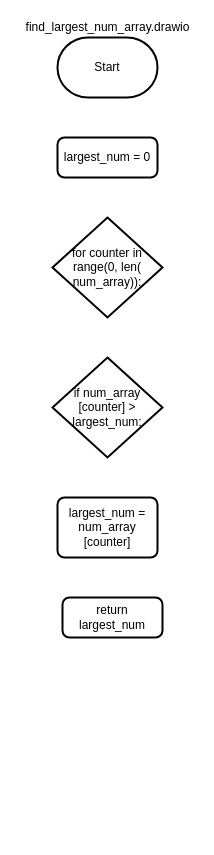
KaitlynIp64/ICS3UR-Unit-6-02-Python keeps this draw.io diagram as designs/flowchart.drawio. Above is the earlier version. Source tidied: cells renumbered, new cells numbered last; positions are measured from the earlier drawing's top-left corner, leaving out a move shared by most shapes. Both pictures are drawn from the tidied source at 100%, with x=0, y=0 at pixel (17, 17).
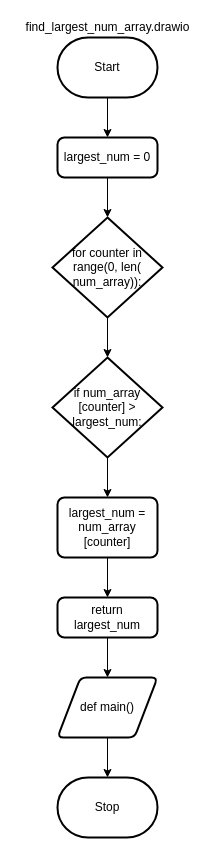
After the change.

The edit, as a diff of the source:
```diff
@@
 <mxGraphModel>
   <root>
     <mxCell id="0" />
     <mxCell id="1" parent="0" />
+    <mxCell id="9" style="edgeStyle=none;html=1;exitX=0.5;exitY=1;exitDx=0;exitDy=0;exitPerimeter=0;entryX=0.5;entryY=0;entryDx=0;entryDy=0;" parent="1" edge="1" source="2" target="4">
+      <mxGeometry relative="1" as="geometry" />
+    </mxCell>
     <mxCell id="2" value="Start" style="strokeWidth=2;html=1;shape=mxgraph.flowchart.terminator;whiteSpace=wrap;" parent="1" vertex="1">
       <mxGeometry x="40" y="20" width="100" height="60" as="geometry" />
     </mxCell>
     <mxCell id="3" value="find_largest_num_array.drawio" style="text;html=1;align=center;verticalAlign=middle;strokeColor=none;fillColor=none;" parent="1" vertex="1">
       <mxGeometry width="180" height="20" as="geometry" />
     </mxCell>
+    <mxCell id="10" style="edgeStyle=none;html=1;exitX=0.5;exitY=1;exitDx=0;exitDy=0;entryX=0.5;entryY=0;entryDx=0;entryDy=0;entryPerimeter=0;" parent="1" edge="1" source="4" target="5">
+      <mxGeometry relative="1" as="geometry" />
+    </mxCell>
     <mxCell id="4" value="largest_num = 0" style="rounded=1;whiteSpace=wrap;html=1;absoluteArcSize=1;arcSize=14;strokeWidth=2;" parent="1" vertex="1">
       <mxGeometry x="40" y="120" width="100" height="40" as="geometry" />
     </mxCell>
+    <mxCell id="11" style="edgeStyle=none;html=1;exitX=0.5;exitY=1;exitDx=0;exitDy=0;exitPerimeter=0;entryX=0.5;entryY=0;entryDx=0;entryDy=0;entryPerimeter=0;" parent="1" edge="1" source="5" target="6">
+      <mxGeometry relative="1" as="geometry" />
+    </mxCell>
     <mxCell id="5" value="for counter in range(0, len(&lt;br&gt;num_array)):" style="strokeWidth=2;html=1;shape=mxgraph.flowchart.decision;whiteSpace=wrap;" parent="1" vertex="1">
       <mxGeometry x="35" y="200" width="110" height="100" as="geometry" />
     </mxCell>
+    <mxCell id="12" style="edgeStyle=none;html=1;exitX=0.5;exitY=1;exitDx=0;exitDy=0;exitPerimeter=0;entryX=0.5;entryY=0;entryDx=0;entryDy=0;" parent="1" edge="1" source="6" target="7">
+      <mxGeometry relative="1" as="geometry" />
+    </mxCell>
     <mxCell id="6" value="if num_array&lt;br&gt;[counter] &amp;gt; largest_num:" style="strokeWidth=2;html=1;shape=mxgraph.flowchart.decision;whiteSpace=wrap;" parent="1" vertex="1">
       <mxGeometry x="35" y="340" width="110" height="100" as="geometry" />
     </mxCell>
+    <mxCell id="13" style="edgeStyle=none;html=1;exitX=0.5;exitY=1;exitDx=0;exitDy=0;entryX=0.5;entryY=0;entryDx=0;entryDy=0;" parent="1" edge="1" source="7" target="8">
+      <mxGeometry relative="1" as="geometry" />
+    </mxCell>
     <mxCell id="7" value="largest_num = num_array&lt;br&gt;[counter]" style="rounded=1;whiteSpace=wrap;html=1;absoluteArcSize=1;arcSize=14;strokeWidth=2;" parent="1" vertex="1">
       <mxGeometry x="40" y="480" width="100" height="60" as="geometry" />
     </mxCell>
+    <mxCell id="14" style="edgeStyle=none;html=1;exitX=0.5;exitY=1;exitDx=0;exitDy=0;entryX=0.5;entryY=0;entryDx=0;entryDy=0;" parent="1" edge="1" source="8" target="16">
+      <mxGeometry relative="1" as="geometry" />
+    </mxCell>
     <mxCell id="8" value="return largest_num" style="rounded=1;whiteSpace=wrap;html=1;absoluteArcSize=1;arcSize=14;strokeWidth=2;" parent="1" vertex="1">
-      <mxGeometry x="45" y="580" width="100" height="40" as="geometry" />
+      <mxGeometry x="40" y="580" width="100" height="40" as="geometry" />
     </mxCell>
+    <mxCell id="15" style="edgeStyle=none;html=1;exitX=0.5;exitY=1;exitDx=0;exitDy=0;entryX=0.5;entryY=0;entryDx=0;entryDy=0;entryPerimeter=0;" parent="1" edge="1" source="16" target="17">
+      <mxGeometry relative="1" as="geometry" />
+    </mxCell>
+    <mxCell id="16" value="def main()" style="shape=parallelogram;html=1;strokeWidth=2;perimeter=parallelogramPerimeter;whiteSpace=wrap;rounded=1;arcSize=12;size=0.23;" parent="1" vertex="1">
+      <mxGeometry x="40" y="660" width="100" height="60" as="geometry" />
+    </mxCell>
+    <mxCell id="17" value="Stop" style="strokeWidth=2;html=1;shape=mxgraph.flowchart.terminator;whiteSpace=wrap;" parent="1" vertex="1">
+      <mxGeometry x="40" y="760" width="100" height="60" as="geometry" />
+    </mxCell>
   </root>
 </mxGraphModel>
```
